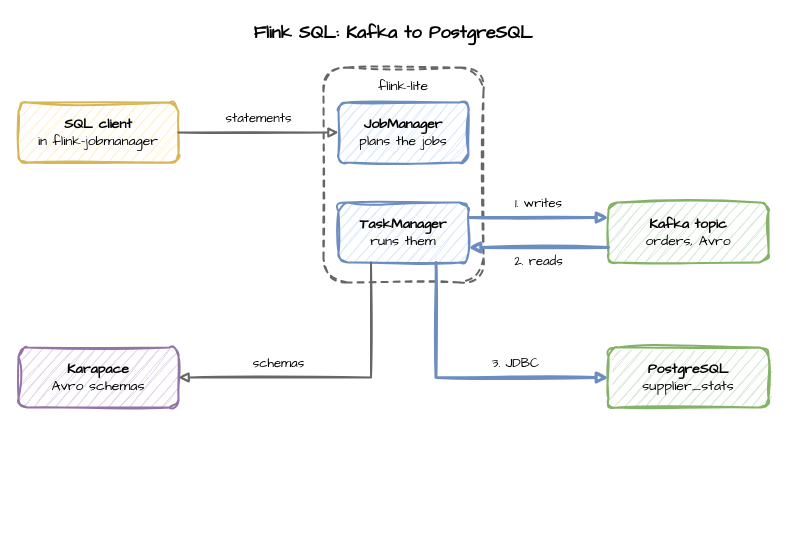
The draw.io diagram docs/images/path-flink-sql.drawio in jaehyeon-kim/odctl, before the edit. Source tidied: cells renumbered, new cells numbered last; positions are measured from the earlier drawing's top-left corner, leaving out a move shared by most shapes. Both pictures are drawn from the tidied source at 100%, with x=0, y=0 at pixel (18, 17).
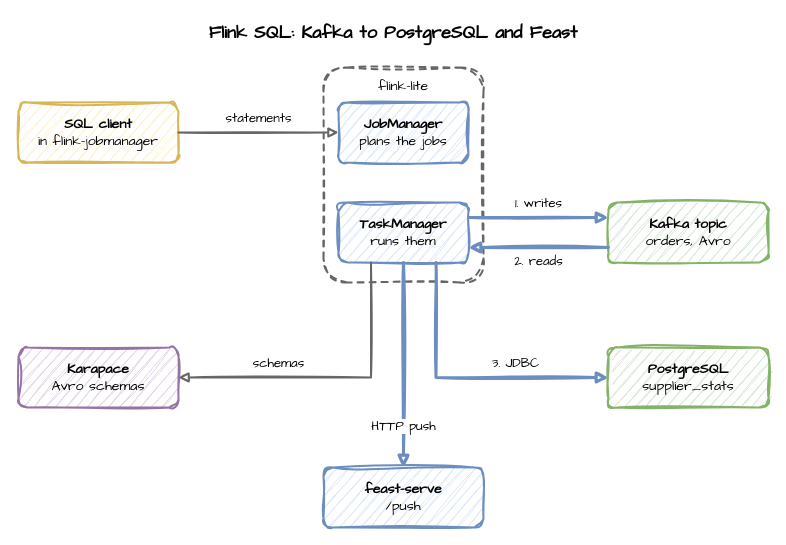
Above is the later version.

Unchanged cells that the change refers to:
```xml
<mxCell id="6" value="&lt;b&gt;TaskManager&lt;/b&gt;&lt;br&gt;runs them" style="rounded=1;whiteSpace=wrap;html=1;sketch=1;curveFitting=1;jiggle=2;fontFamily=Comic Sans MS;fontSize=14;strokeWidth=2;fillColor=#dae8fc;strokeColor=#6c8ebf;" parent="1" vertex="1">
  <mxGeometry x="320" y="185" width="130" height="60" as="geometry" />
</mxCell>
```

Diff of the diagram source:
```diff
@@
-    <mxCell id="2" value="Flink SQL: Kafka to PostgreSQL" style="text;html=1;align=center;verticalAlign=middle;whiteSpace=wrap;fontFamily=Comic Sans MS;fontSize=18;fontStyle=1;" parent="1" vertex="1">
+    <mxCell id="2" value="Flink SQL: Kafka to PostgreSQL and Feast" style="text;html=1;align=center;verticalAlign=middle;whiteSpace=wrap;fontFamily=Comic Sans MS;fontSize=18;fontStyle=1;" parent="1" vertex="1">
       <mxGeometry width="750" height="30" as="geometry" />
     </mxCell>
@@
+    <mxCell id="15" value="&lt;b&gt;feast-serve&lt;/b&gt;&lt;br&gt;/push" style="rounded=1;whiteSpace=wrap;html=1;sketch=1;curveFitting=1;jiggle=2;fontFamily=Comic Sans MS;fontSize=14;strokeWidth=2;fillColor=#dae8fc;strokeColor=#6c8ebf;" parent="1" vertex="1">
+      <mxGeometry x="305" y="450" width="160" height="60" as="geometry" />
+    </mxCell>
+    <mxCell id="16" value="HTTP push" style="edgeStyle=orthogonalEdgeStyle;rounded=0;sketch=1;html=1;endArrow=block;fontFamily=Comic Sans MS;fontSize=13;labelBackgroundColor=#ffffff;strokeWidth=3;strokeColor=#6c8ebf;exitX=0.5;exitY=1;exitDx=0;exitDy=0;entryX=0.5;entryY=0;entryDx=0;entryDy=0;" parent="1" edge="1" source="6" target="15">
+      <mxGeometry x="0.6" relative="1" as="geometry" />
+    </mxCell>
```
